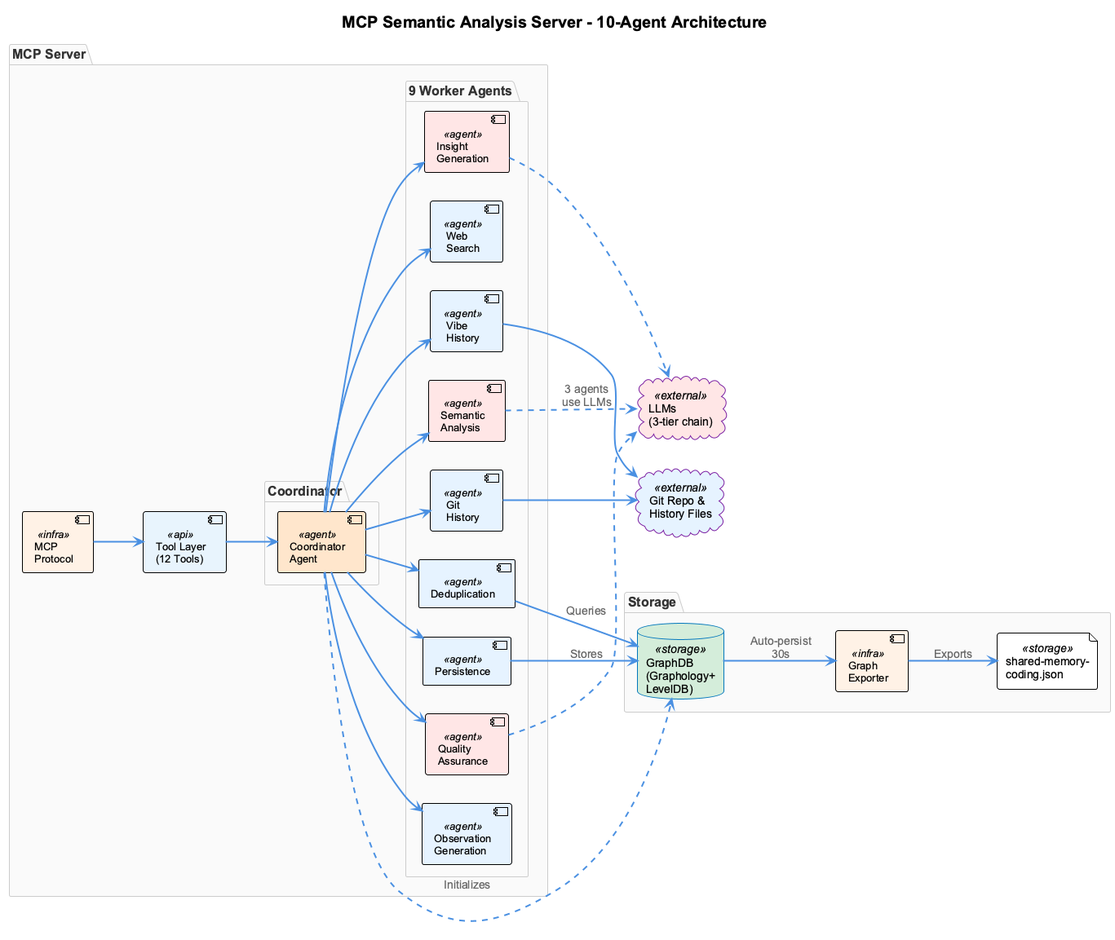
The PlantUML diagram docs/presentation/images/mcp-server-architecture.png in fwornle/coding, before a commit.
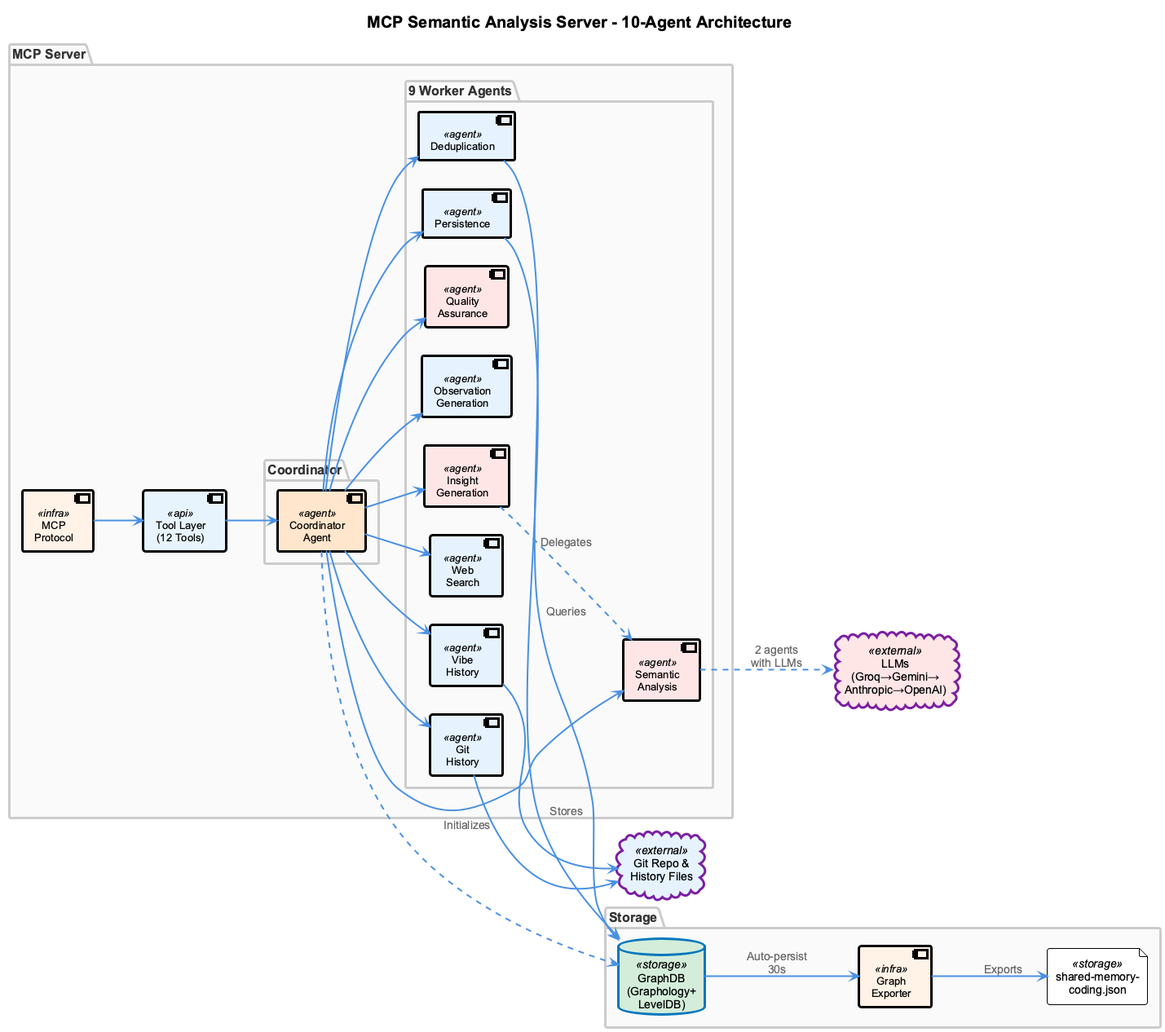
The same file after the commit.

Change to the diagram source:
```diff
@@ -40,7 +40,7 @@
   file "shared-memory-\ncoding.json" as JSON <<storage>>
 }
 
-cloud "LLMs\n(3-tier chain)" as LLMS <<external>> #FFE6E6
+cloud "LLMs\n(Groq→Gemini→\nAnthropic→OpenAI)" as LLMS <<external>> #FFE6E6
 cloud "Git Repo &\nHistory Files" as DATA_SOURCES <<external>> #E6F3FF
 
 MCP --> TOOLS
@@ -63,8 +63,7 @@
 
 GIT --> DATA_SOURCES
 VIBE --> DATA_SOURCES
-SEMANTIC ..> LLMS : "3 agents\nuse LLMs"
-INSIGHT ..> LLMS
-QA ..> LLMS
+SEMANTIC ..> LLMS : "2 agents\nwith LLMs"
+INSIGHT ..> SEMANTIC : "Delegates"
 
 @enduml
```
